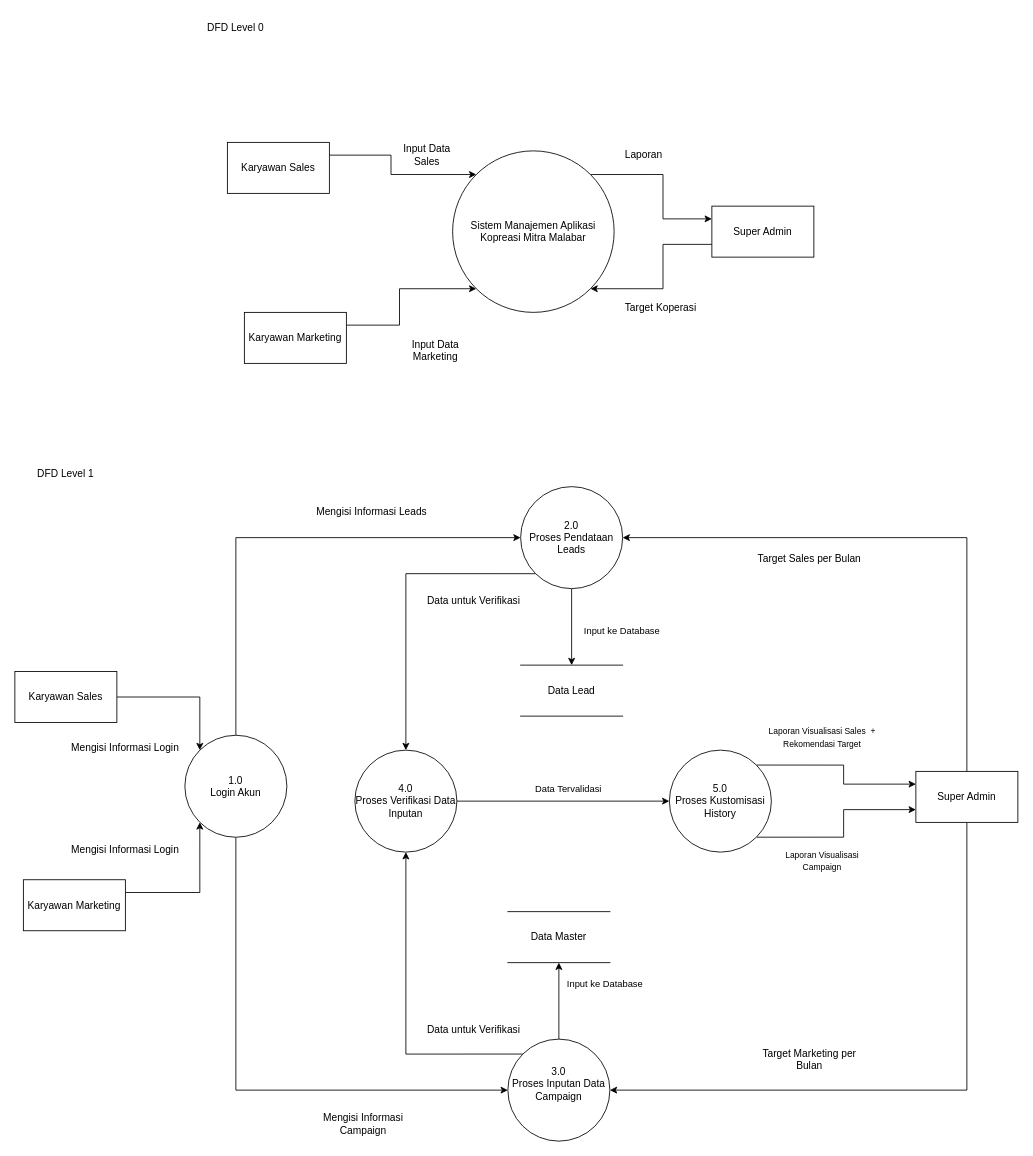
Before: DFD_Koperasi Mitra Malabar.drawio.xml in NararyaPutra/Dokumentasi_Project-Koperasi-Mitra-Malabar, a draw.io diagram. Source tidied: cells renumbered, new cells numbered last; positions are measured from the earlier drawing's top-left corner, leaving out a move shared by most shapes. Both pictures are drawn from the tidied source at 85%, with x=0, y=0 at pixel (14, 14).
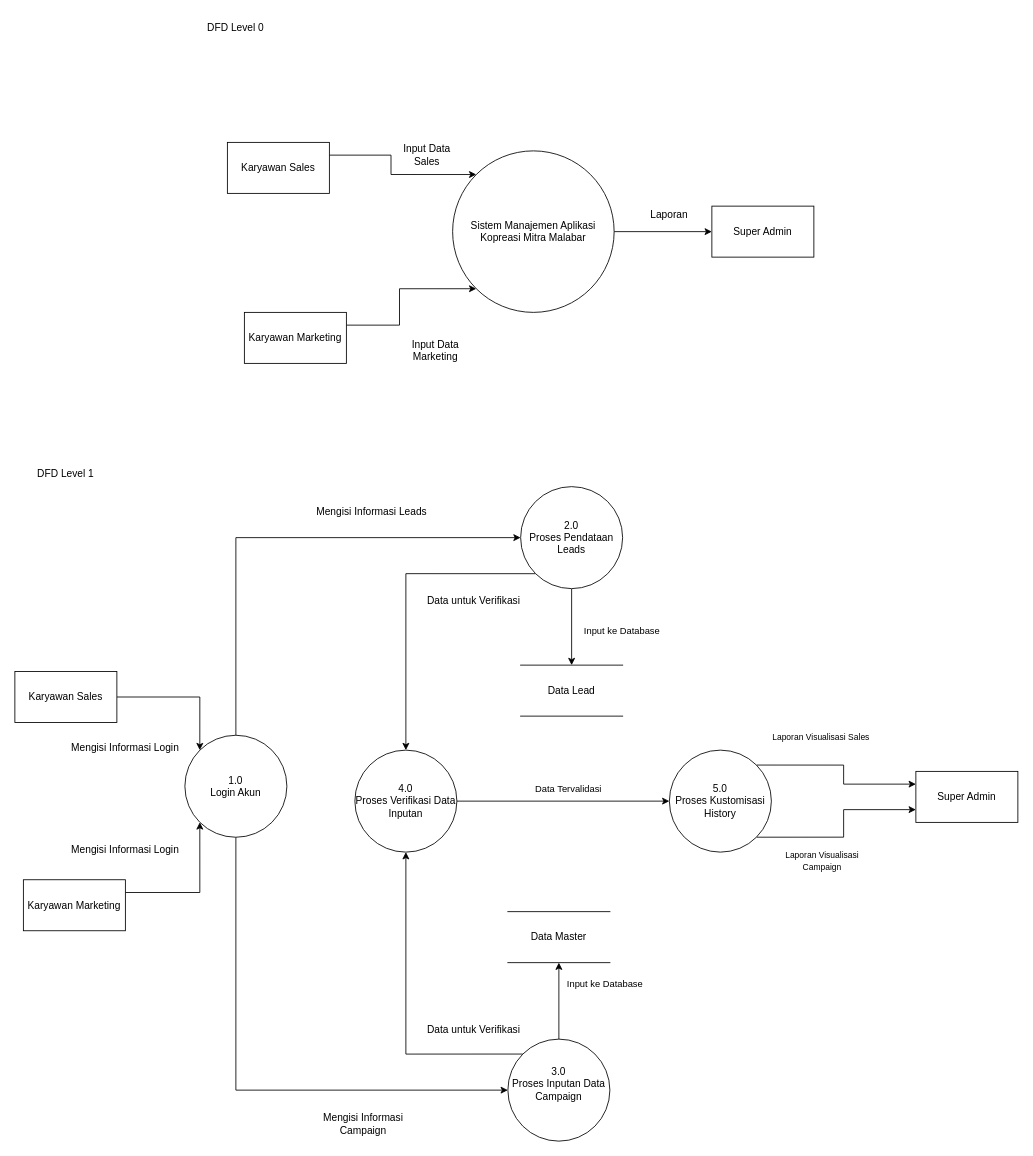
After the change.

The change refers to these unchanged cells:
```xml
<mxCell id="5" value="Super Admin" style="rounded=0;whiteSpace=wrap;html=1;" parent="1" vertex="1">
  <mxGeometry x="820" y="225" width="120" height="60" as="geometry" />
</mxCell>
<mxCell id="13" value="Super Admin" style="rounded=0;whiteSpace=wrap;html=1;" parent="1" vertex="1">
  <mxGeometry x="1060" y="890" width="120" height="60" as="geometry" />
</mxCell>
<mxCell id="18" value="2.0&lt;div&gt;Proses Pendataan&lt;/div&gt;&lt;div&gt;Leads&lt;/div&gt;" style="ellipse;whiteSpace=wrap;html=1;" parent="1" vertex="1">
  <mxGeometry x="595" y="555" width="120" height="120" as="geometry" />
</mxCell>
<mxCell id="21" value="3.0&lt;div&gt;Proses Inputan Data Campaign&lt;/div&gt;&lt;div&gt;&lt;br&gt;&lt;/div&gt;" style="ellipse;whiteSpace=wrap;html=1;" parent="1" vertex="1">
  <mxGeometry x="580" y="1205" width="120" height="120" as="geometry" />
</mxCell>
<mxCell id="30" value="Sistem Manajemen Aplikasi Kopreasi Mitra Malabar" style="ellipse;whiteSpace=wrap;html=1;" parent="1" vertex="1">
  <mxGeometry x="515" y="160" width="190" height="190" as="geometry" />
</mxCell>
```

Change to the diagram source:
```diff
@@
-    <mxCell id="4" style="edgeStyle=orthogonalEdgeStyle;rounded=0;jettySize=auto;html=1;exitX=0;exitY=0.75;exitDx=0;exitDy=0;entryX=1;entryY=1;entryDx=0;entryDy=0;" parent="1" edge="1" source="5" target="30">
-      <mxGeometry relative="1" as="geometry" />
-    </mxCell>
@@
-    <mxCell id="11" style="edgeStyle=orthogonalEdgeStyle;rounded=0;jettySize=auto;html=1;exitX=0.5;exitY=0;exitDx=0;exitDy=0;entryX=1;entryY=0.5;entryDx=0;entryDy=0;" parent="1" edge="1" source="13" target="18">
-      <mxGeometry relative="1" as="geometry" />
-    </mxCell>
-    <mxCell id="12" style="edgeStyle=orthogonalEdgeStyle;rounded=0;jettySize=auto;html=1;exitX=0.5;exitY=1;exitDx=0;exitDy=0;entryX=1;entryY=0.5;entryDx=0;entryDy=0;" parent="1" edge="1" source="13" target="21">
-      <mxGeometry relative="1" as="geometry" />
-    </mxCell>
@@
-    <mxCell id="23" value="&lt;font style=&quot;font-size: 10px;&quot;&gt;Laporan Visualisasi&amp;nbsp;&lt;/font&gt;&lt;span style=&quot;font-size: 10px; background-color: transparent; color: light-dark(rgb(0, 0, 0), rgb(255, 255, 255));&quot;&gt;Sales&amp;nbsp; + Rekomendasi Target&lt;/span&gt;" style="text;html=1;whiteSpace=wrap;strokeColor=none;fillColor=none;align=center;verticalAlign=middle;rounded=0;" parent="1" vertex="1">
+    <mxCell id="23" value="&lt;font style=&quot;font-size: 10px;&quot;&gt;Laporan Visualisasi&amp;nbsp;&lt;/font&gt;&lt;span style=&quot;font-size: 10px; background-color: transparent; color: light-dark(rgb(0, 0, 0), rgb(255, 255, 255));&quot;&gt;Sales&amp;nbsp;&lt;/span&gt;" style="text;html=1;whiteSpace=wrap;strokeColor=none;fillColor=none;align=center;verticalAlign=middle;rounded=0;" parent="1" vertex="1">
       <mxGeometry x="885" y="835" width="130" height="30" as="geometry" />
     </mxCell>
@@
-    <mxCell id="25" value="Target Marketing per Bulan" style="text;html=1;whiteSpace=wrap;strokeColor=none;fillColor=none;align=center;verticalAlign=middle;rounded=0;" parent="1" vertex="1">
-      <mxGeometry x="870" y="1214" width="130" height="30" as="geometry" />
-    </mxCell>
-    <mxCell id="26" value="Target Sales per Bulan" style="text;html=1;whiteSpace=wrap;strokeColor=none;fillColor=none;align=center;verticalAlign=middle;rounded=0;" parent="1" vertex="1">
-      <mxGeometry x="870" y="625" width="130" height="30" as="geometry" />
-    </mxCell>
@@
-    <mxCell id="29" style="edgeStyle=orthogonalEdgeStyle;rounded=0;jettySize=auto;html=1;exitX=1;exitY=0;exitDx=0;exitDy=0;entryX=0;entryY=0.25;entryDx=0;entryDy=0;" parent="1" edge="1" source="30" target="5">
+    <mxCell id="29" style="edgeStyle=orthogonalEdgeStyle;rounded=0;jettySize=auto;html=1;exitX=1;exitY=0.5;exitDx=0;exitDy=0;" parent="1" edge="1" source="30" target="5">
       <mxGeometry relative="1" as="geometry" />
     </mxCell>
@@
     <mxCell id="31" value="Laporan" style="text;html=1;whiteSpace=wrap;strokeColor=none;fillColor=none;align=center;verticalAlign=middle;rounded=0;" parent="1" vertex="1">
-      <mxGeometry x="710" y="150" width="60" height="30" as="geometry" />
+      <mxGeometry x="740" y="220" width="60" height="30" as="geometry" />
     </mxCell>
@@
-    <mxCell id="33" value="Target Koperasi" style="text;html=1;whiteSpace=wrap;strokeColor=none;fillColor=none;align=center;verticalAlign=middle;rounded=0;" parent="1" vertex="1">
-      <mxGeometry x="710" y="330" width="100" height="30" as="geometry" />
-    </mxCell>
```
